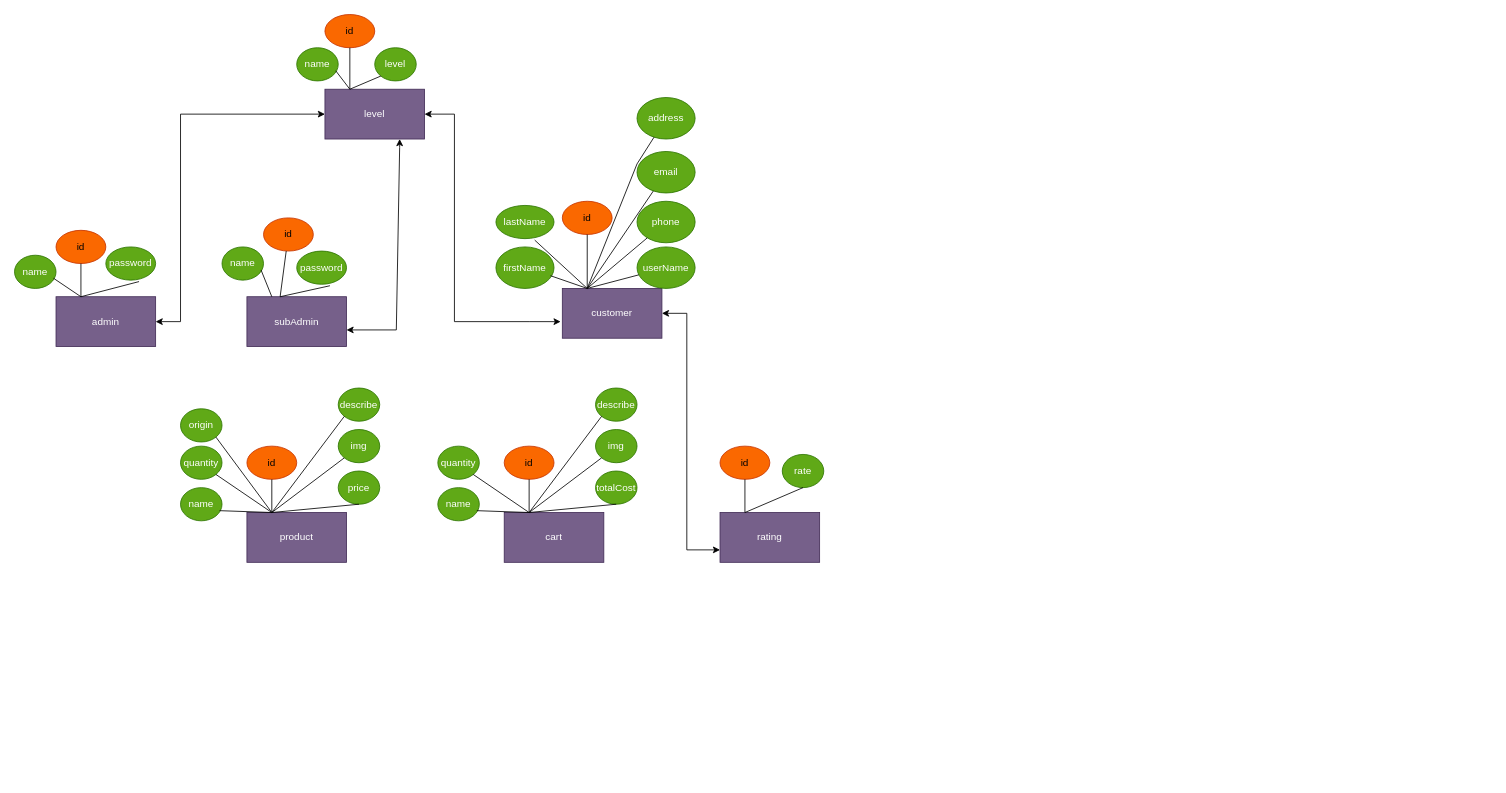
Above: Diagram and flowchart/soDoQuanHeThucThe.drawio in vuduynhiennn/datn-j2teamnnl (draw.io), before the change. Source tidied: cells renumbered, new cells numbered last; positions are measured from the earlier drawing's top-left corner, leaving out a move shared by most shapes. Both pictures are drawn from the tidied source at 83%, with x=0, y=0 at pixel (14, 14).
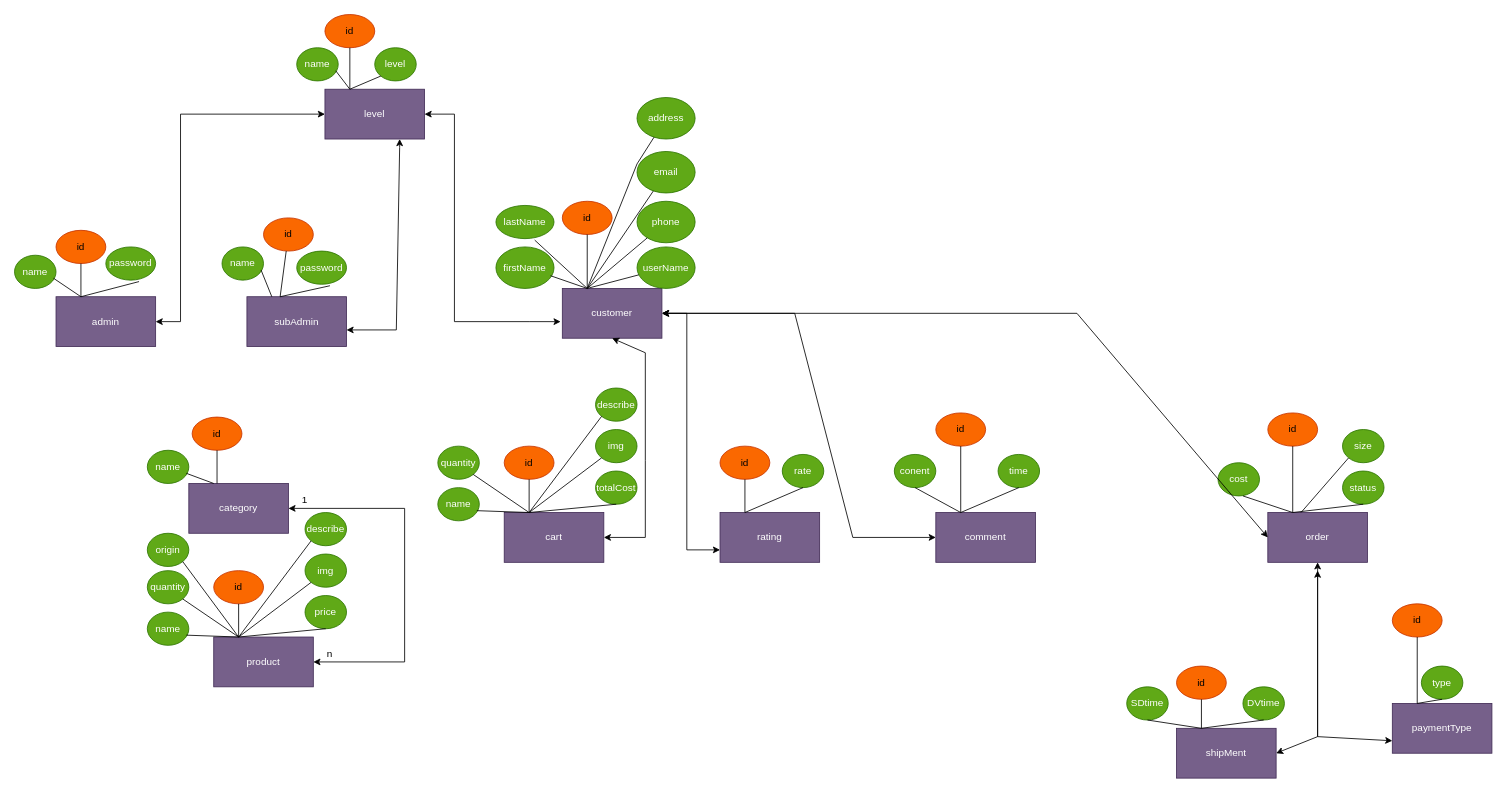
The same page after the edit.

Unchanged cells that the change refers to:
```xml
<mxCell id="16" value="customer" style="rounded=0;whiteSpace=wrap;html=1;fillColor=#76608a;fontColor=#ffffff;strokeColor=#432D57;" parent="1" vertex="1">
  <mxGeometry x="660" y="330" width="120" height="60" as="geometry" />
</mxCell>
<mxCell id="56" value="cart" style="rounded=0;whiteSpace=wrap;html=1;fillColor=#76608a;fontColor=#ffffff;strokeColor=#432D57;" parent="1" vertex="1">
  <mxGeometry x="590" y="600" width="120" height="60" as="geometry" />
</mxCell>
```

What changed in the source:
```diff
@@
     <mxCell id="41" value="product" style="rounded=0;whiteSpace=wrap;html=1;fillColor=#76608a;fontColor=#ffffff;strokeColor=#432D57;" parent="1" vertex="1">
-      <mxGeometry x="280" y="600" width="120" height="60" as="geometry" />
+      <mxGeometry x="240" y="750" width="120" height="60" as="geometry" />
     </mxCell>
     <mxCell id="42" value="id" style="ellipse;whiteSpace=wrap;html=1;fillColor=#fa6800;fontColor=#000000;strokeColor=#C73500;" parent="1" vertex="1">
-      <mxGeometry x="280" y="520" width="60" height="40" as="geometry" />
+      <mxGeometry x="240" y="670" width="60" height="40" as="geometry" />
     </mxCell>
     <mxCell id="43" value="name" style="ellipse;whiteSpace=wrap;html=1;fillColor=#60a917;fontColor=#ffffff;strokeColor=#2D7600;" parent="1" vertex="1">
-      <mxGeometry x="200" y="570" width="50" height="40" as="geometry" />
+      <mxGeometry x="160" y="720" width="50" height="40" as="geometry" />
     </mxCell>
@@
     <mxCell id="45" style="endArrow=none;html=1;rounded=0;" parent="1" edge="1" target="42">
       <mxGeometry relative="1" as="geometry">
-        <mxPoint x="310" y="600" as="sourcePoint" />
+        <mxPoint x="270" y="750" as="sourcePoint" />
       </mxGeometry>
     </mxCell>
     <mxCell id="46" value="price" style="ellipse;whiteSpace=wrap;html=1;fillColor=#60a917;fontColor=#ffffff;strokeColor=#2D7600;" parent="1" vertex="1">
-      <mxGeometry x="390" y="550" width="50" height="40" as="geometry" />
+      <mxGeometry x="350" y="700" width="50" height="40" as="geometry" />
     </mxCell>
     <mxCell id="47" style="endArrow=none;html=1;rounded=0;entryX=0.5;entryY=1;entryDx=0;entryDy=0;" parent="1" edge="1" target="46">
       <mxGeometry relative="1" as="geometry">
-        <mxPoint x="310" y="600" as="sourcePoint" />
+        <mxPoint x="270" y="750" as="sourcePoint" />
       </mxGeometry>
     </mxCell>
     <mxCell id="48" value="img" style="ellipse;whiteSpace=wrap;html=1;fillColor=#60a917;fontColor=#ffffff;strokeColor=#2D7600;" parent="1" vertex="1">
-      <mxGeometry x="390" y="500" width="50" height="40" as="geometry" />
+      <mxGeometry x="350" y="650" width="50" height="40" as="geometry" />
     </mxCell>
     <mxCell id="49" style="endArrow=none;html=1;rounded=0;entryX=0;entryY=1;entryDx=0;entryDy=0;" parent="1" edge="1" target="48">
       <mxGeometry relative="1" as="geometry">
-        <mxPoint x="310" y="600" as="sourcePoint" />
+        <mxPoint x="270" y="750" as="sourcePoint" />
       </mxGeometry>
     </mxCell>
     <mxCell id="50" value="quantity" style="ellipse;whiteSpace=wrap;html=1;fillColor=#60a917;fontColor=#ffffff;strokeColor=#2D7600;" parent="1" vertex="1">
-      <mxGeometry x="200" y="520" width="50" height="40" as="geometry" />
+      <mxGeometry x="160" y="670" width="50" height="40" as="geometry" />
     </mxCell>
     <mxCell id="51" style="endArrow=none;html=1;rounded=0;entryX=1;entryY=1;entryDx=0;entryDy=0;" parent="1" edge="1" target="50">
       <mxGeometry relative="1" as="geometry">
-        <mxPoint x="310" y="600" as="sourcePoint" />
+        <mxPoint x="270" y="750" as="sourcePoint" />
       </mxGeometry>
     </mxCell>
     <mxCell id="52" value="origin" style="ellipse;whiteSpace=wrap;html=1;fillColor=#60a917;fontColor=#ffffff;strokeColor=#2D7600;" parent="1" vertex="1">
-      <mxGeometry x="200" y="475" width="50" height="40" as="geometry" />
+      <mxGeometry x="160" y="625" width="50" height="40" as="geometry" />
     </mxCell>
     <mxCell id="53" style="endArrow=none;html=1;rounded=0;entryX=1;entryY=1;entryDx=0;entryDy=0;" parent="1" edge="1" target="52">
       <mxGeometry relative="1" as="geometry">
-        <mxPoint x="310" y="600" as="sourcePoint" />
+        <mxPoint x="270" y="750" as="sourcePoint" />
       </mxGeometry>
     </mxCell>
     <mxCell id="54" value="describe" style="ellipse;whiteSpace=wrap;html=1;fillColor=#60a917;fontColor=#ffffff;strokeColor=#2D7600;" parent="1" vertex="1">
-      <mxGeometry x="390" y="450" width="50" height="40" as="geometry" />
+      <mxGeometry x="350" y="600" width="50" height="40" as="geometry" />
     </mxCell>
     <mxCell id="55" style="endArrow=none;html=1;rounded=0;entryX=0;entryY=1;entryDx=0;entryDy=0;" parent="1" edge="1" target="54">
       <mxGeometry relative="1" as="geometry">
-        <mxPoint x="310" y="600" as="sourcePoint" />
+        <mxPoint x="270" y="750" as="sourcePoint" />
       </mxGeometry>
     </mxCell>
@@
+    <mxCell id="75" style="endArrow=classic;startArrow=classic;html=1;rounded=0;entryX=0.5;entryY=1;entryDx=0;entryDy=0;exitX=1;exitY=0.5;exitDx=0;exitDy=0;" parent="1" edge="1" source="56" target="16">
+      <mxGeometry relative="1" as="geometry">
+        <Array as="points">
+          <mxPoint x="760" y="630" />
+          <mxPoint x="760" y="537.5" />
+          <mxPoint x="760" y="407.5" />
+        </Array>
+      </mxGeometry>
+    </mxCell>
+    <mxCell id="76" style="endArrow=classic;startArrow=classic;html=1;rounded=0;exitX=1;exitY=0.5;exitDx=0;exitDy=0;entryX=1;entryY=0.5;entryDx=0;entryDy=0;" parent="1" edge="1" source="41" target="109">
+      <mxGeometry relative="1" as="geometry">
+        <Array as="points">
+          <mxPoint x="470" y="780" />
+          <mxPoint x="470" y="595" />
+        </Array>
+      </mxGeometry>
+    </mxCell>
+    <mxCell id="77" value="comment" style="rounded=0;whiteSpace=wrap;html=1;fillColor=#76608a;fontColor=#ffffff;strokeColor=#432D57;" parent="1" vertex="1">
+      <mxGeometry x="1110" y="600" width="120" height="60" as="geometry" />
+    </mxCell>
+    <mxCell id="78" value="id" style="ellipse;whiteSpace=wrap;html=1;fillColor=#fa6800;fontColor=#000000;strokeColor=#C73500;" parent="1" vertex="1">
+      <mxGeometry x="1110" y="480" width="60" height="40" as="geometry" />
+    </mxCell>
+    <mxCell id="79" style="endArrow=none;html=1;rounded=0;" parent="1" edge="1" target="78">
+      <mxGeometry relative="1" as="geometry">
+        <mxPoint x="1140" y="600" as="sourcePoint" />
+      </mxGeometry>
+    </mxCell>
+    <mxCell id="80" value="time" style="ellipse;whiteSpace=wrap;html=1;fillColor=#60a917;fontColor=#ffffff;strokeColor=#2D7600;" parent="1" vertex="1">
+      <mxGeometry x="1185" y="530" width="50" height="40" as="geometry" />
+    </mxCell>
+    <mxCell id="81" style="endArrow=none;html=1;rounded=0;entryX=0.5;entryY=1;entryDx=0;entryDy=0;" parent="1" edge="1" target="80">
+      <mxGeometry relative="1" as="geometry">
+        <mxPoint x="1140" y="600" as="sourcePoint" />
+      </mxGeometry>
+    </mxCell>
+    <mxCell id="82" value="conent" style="ellipse;whiteSpace=wrap;html=1;fillColor=#60a917;fontColor=#ffffff;strokeColor=#2D7600;" parent="1" vertex="1">
+      <mxGeometry x="1060" y="530" width="50" height="40" as="geometry" />
+    </mxCell>
+    <mxCell id="83" style="endArrow=none;html=1;rounded=0;exitX=0.25;exitY=0;exitDx=0;exitDy=0;entryX=0.5;entryY=1;entryDx=0;entryDy=0;" parent="1" edge="1" source="77" target="82">
+      <mxGeometry relative="1" as="geometry" />
+    </mxCell>
+    <mxCell id="84" style="endArrow=classic;startArrow=classic;html=1;rounded=0;entryX=0;entryY=0.5;entryDx=0;entryDy=0;" parent="1" edge="1" target="77">
+      <mxGeometry relative="1" as="geometry">
+        <mxPoint x="780" y="360" as="sourcePoint" />
+        <Array as="points">
+          <mxPoint x="940" y="360" />
+          <mxPoint x="1010" y="630" />
+        </Array>
+      </mxGeometry>
+    </mxCell>
+    <mxCell id="85" value="paymentType" style="rounded=0;whiteSpace=wrap;html=1;fillColor=#76608a;fontColor=#ffffff;strokeColor=#432D57;" parent="1" vertex="1">
+      <mxGeometry x="1660" y="830" width="120" height="60" as="geometry" />
+    </mxCell>
+    <mxCell id="86" value="id" style="ellipse;whiteSpace=wrap;html=1;fillColor=#fa6800;fontColor=#000000;strokeColor=#C73500;" parent="1" vertex="1">
+      <mxGeometry x="1660" y="710" width="60" height="40" as="geometry" />
+    </mxCell>
+    <mxCell id="87" style="endArrow=none;html=1;rounded=0;" parent="1" edge="1" target="86">
+      <mxGeometry relative="1" as="geometry">
+        <mxPoint x="1690" y="830" as="sourcePoint" />
+      </mxGeometry>
+    </mxCell>
+    <mxCell id="88" value="type" style="ellipse;whiteSpace=wrap;html=1;fillColor=#60a917;fontColor=#ffffff;strokeColor=#2D7600;" parent="1" vertex="1">
+      <mxGeometry x="1695" y="785" width="50" height="40" as="geometry" />
+    </mxCell>
+    <mxCell id="89" style="endArrow=none;html=1;rounded=0;entryX=0.5;entryY=1;entryDx=0;entryDy=0;" parent="1" edge="1" target="88">
+      <mxGeometry relative="1" as="geometry">
+        <mxPoint x="1690" y="830" as="sourcePoint" />
+      </mxGeometry>
+    </mxCell>
+    <mxCell id="90" value="order" style="rounded=0;whiteSpace=wrap;html=1;fillColor=#76608a;fontColor=#ffffff;strokeColor=#432D57;" parent="1" vertex="1">
+      <mxGeometry x="1510" y="600" width="120" height="60" as="geometry" />
+    </mxCell>
+    <mxCell id="91" value="id" style="ellipse;whiteSpace=wrap;html=1;fillColor=#fa6800;fontColor=#000000;strokeColor=#C73500;" parent="1" vertex="1">
+      <mxGeometry x="1510" y="480" width="60" height="40" as="geometry" />
+    </mxCell>
+    <mxCell id="92" style="endArrow=none;html=1;rounded=0;" parent="1" edge="1" target="91">
+      <mxGeometry relative="1" as="geometry">
+        <mxPoint x="1540" y="600" as="sourcePoint" />
+      </mxGeometry>
+    </mxCell>
+    <mxCell id="93" value="status" style="ellipse;whiteSpace=wrap;html=1;fillColor=#60a917;fontColor=#ffffff;strokeColor=#2D7600;" parent="1" vertex="1">
+      <mxGeometry x="1600" y="550" width="50" height="40" as="geometry" />
+    </mxCell>
+    <mxCell id="94" style="endArrow=none;html=1;rounded=0;entryX=0.5;entryY=1;entryDx=0;entryDy=0;" parent="1" edge="1" target="93">
+      <mxGeometry relative="1" as="geometry">
+        <mxPoint x="1540" y="600" as="sourcePoint" />
+      </mxGeometry>
+    </mxCell>
+    <mxCell id="95" value="cost" style="ellipse;whiteSpace=wrap;html=1;fillColor=#60a917;fontColor=#ffffff;strokeColor=#2D7600;" parent="1" vertex="1">
+      <mxGeometry x="1450" y="540" width="50" height="40" as="geometry" />
+    </mxCell>
+    <mxCell id="96" style="endArrow=none;html=1;rounded=0;exitX=0.25;exitY=0;exitDx=0;exitDy=0;" parent="1" edge="1" source="90">
+      <mxGeometry relative="1" as="geometry">
+        <mxPoint x="1480" y="580" as="targetPoint" />
+      </mxGeometry>
+    </mxCell>
+    <mxCell id="97" value="size" style="ellipse;whiteSpace=wrap;html=1;fillColor=#60a917;fontColor=#ffffff;strokeColor=#2D7600;" parent="1" vertex="1">
+      <mxGeometry x="1600" y="500" width="50" height="40" as="geometry" />
+    </mxCell>
+    <mxCell id="98" style="endArrow=none;html=1;rounded=0;entryX=0;entryY=1;entryDx=0;entryDy=0;" parent="1" edge="1" target="97">
+      <mxGeometry relative="1" as="geometry">
+        <mxPoint x="1550" y="600" as="sourcePoint" />
+      </mxGeometry>
+    </mxCell>
+    <mxCell id="99" style="endArrow=classic;startArrow=classic;html=1;rounded=0;exitX=0.5;exitY=1;exitDx=0;exitDy=0;entryX=0;entryY=0.75;entryDx=0;entryDy=0;" parent="1" edge="1" source="90" target="85">
+      <mxGeometry relative="1" as="geometry">
+        <Array as="points">
+          <mxPoint x="1570" y="870" />
+        </Array>
+      </mxGeometry>
+    </mxCell>
+    <mxCell id="100" style="endArrow=classic;startArrow=classic;html=1;rounded=0;entryX=0;entryY=0.5;entryDx=0;entryDy=0;exitX=1;exitY=0.5;exitDx=0;exitDy=0;" parent="1" edge="1" source="16" target="90">
+      <mxGeometry relative="1" as="geometry">
+        <Array as="points">
+          <mxPoint x="1280" y="360" />
+        </Array>
+      </mxGeometry>
+    </mxCell>
+    <mxCell id="101" value="shipMent" style="rounded=0;whiteSpace=wrap;html=1;fillColor=#76608a;fontColor=#ffffff;strokeColor=#432D57;" parent="1" vertex="1">
+      <mxGeometry x="1400" y="860" width="120" height="60" as="geometry" />
+    </mxCell>
+    <mxCell id="102" value="id" style="ellipse;whiteSpace=wrap;html=1;fillColor=#fa6800;fontColor=#000000;strokeColor=#C73500;" parent="1" vertex="1">
+      <mxGeometry x="1400" y="785" width="60" height="40" as="geometry" />
+    </mxCell>
+    <mxCell id="103" style="endArrow=none;html=1;rounded=0;" parent="1" edge="1" target="102">
+      <mxGeometry relative="1" as="geometry">
+        <mxPoint x="1430" y="860" as="sourcePoint" />
+      </mxGeometry>
+    </mxCell>
+    <mxCell id="104" value="DVtime" style="ellipse;whiteSpace=wrap;html=1;fillColor=#60a917;fontColor=#ffffff;strokeColor=#2D7600;" parent="1" vertex="1">
+      <mxGeometry x="1480" y="810" width="50" height="40" as="geometry" />
+    </mxCell>
+    <mxCell id="105" style="endArrow=none;html=1;rounded=0;entryX=0.5;entryY=1;entryDx=0;entryDy=0;" parent="1" edge="1" target="104">
+      <mxGeometry relative="1" as="geometry">
+        <mxPoint x="1430" y="860" as="sourcePoint" />
+      </mxGeometry>
+    </mxCell>
+    <mxCell id="106" value="SDtime" style="ellipse;whiteSpace=wrap;html=1;fillColor=#60a917;fontColor=#ffffff;strokeColor=#2D7600;" parent="1" vertex="1">
+      <mxGeometry x="1340" y="810" width="50" height="40" as="geometry" />
+    </mxCell>
+    <mxCell id="107" style="endArrow=none;html=1;rounded=0;exitX=0.5;exitY=1;exitDx=0;exitDy=0;entryX=0.25;entryY=0;entryDx=0;entryDy=0;" parent="1" edge="1" source="106" target="101">
+      <mxGeometry relative="1" as="geometry" />
+    </mxCell>
+    <mxCell id="108" style="endArrow=classic;startArrow=classic;html=1;rounded=0;entryX=1;entryY=0.5;entryDx=0;entryDy=0;" parent="1" edge="1" target="101">
+      <mxGeometry relative="1" as="geometry">
+        <mxPoint x="1570" y="670" as="sourcePoint" />
+        <Array as="points">
+          <mxPoint x="1570" y="870" />
+        </Array>
+      </mxGeometry>
+    </mxCell>
+    <mxCell id="109" value="category" style="rounded=0;whiteSpace=wrap;html=1;fillColor=#76608a;fontColor=#ffffff;strokeColor=#432D57;" parent="1" vertex="1">
+      <mxGeometry x="210" y="565" width="120" height="60" as="geometry" />
+    </mxCell>
+    <mxCell id="110" value="id" style="ellipse;whiteSpace=wrap;html=1;fillColor=#fa6800;fontColor=#000000;strokeColor=#C73500;" parent="1" vertex="1">
+      <mxGeometry x="214" y="485" width="60" height="40" as="geometry" />
+    </mxCell>
+    <mxCell id="111" value="name" style="ellipse;whiteSpace=wrap;html=1;fillColor=#60a917;fontColor=#ffffff;strokeColor=#2D7600;" parent="1" vertex="1">
+      <mxGeometry x="160" y="525" width="50" height="40" as="geometry" />
+    </mxCell>
+    <mxCell id="112" style="endArrow=none;html=1;rounded=0;entryX=0.94;entryY=0.694;entryDx=0;entryDy=0;entryPerimeter=0;exitX=0.25;exitY=0;exitDx=0;exitDy=0;" parent="1" edge="1" source="109" target="111">
+      <mxGeometry relative="1" as="geometry" />
+    </mxCell>
+    <mxCell id="113" style="endArrow=none;html=1;rounded=0;" parent="1" edge="1" target="110">
+      <mxGeometry relative="1" as="geometry">
+        <mxPoint x="244" y="565" as="sourcePoint" />
+      </mxGeometry>
+    </mxCell>
+    <mxCell id="114" value="n" style="text;html=1;strokeColor=none;fillColor=none;align=center;verticalAlign=middle;whiteSpace=wrap;rounded=0;" parent="1" vertex="1">
+      <mxGeometry x="350" y="755" width="60" height="30" as="geometry" />
+    </mxCell>
+    <mxCell id="115" value="1" style="text;html=1;strokeColor=none;fillColor=none;align=center;verticalAlign=middle;whiteSpace=wrap;rounded=0;" parent="1" vertex="1">
+      <mxGeometry x="320" y="570" width="60" height="30" as="geometry" />
+    </mxCell>
```
